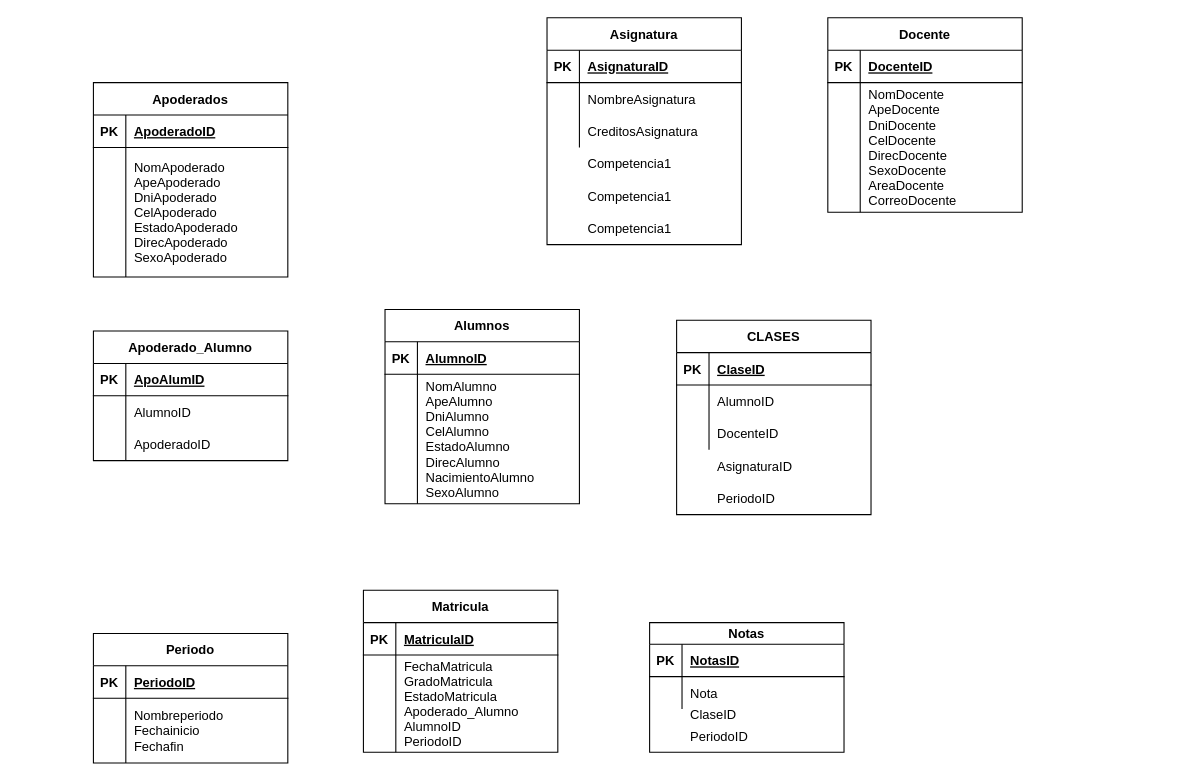
LiannMelanny/DATABASE-DIAGRAM keeps this draw.io diagram as ColegioDB.drawio. Above is the earlier version. Source tidied: cells renumbered, new cells numbered last; positions are measured from the earlier drawing's top-left corner, leaving out a move shared by most shapes. Both pictures are drawn from the tidied source at 108%, with x=0, y=0 at pixel (93, 17).
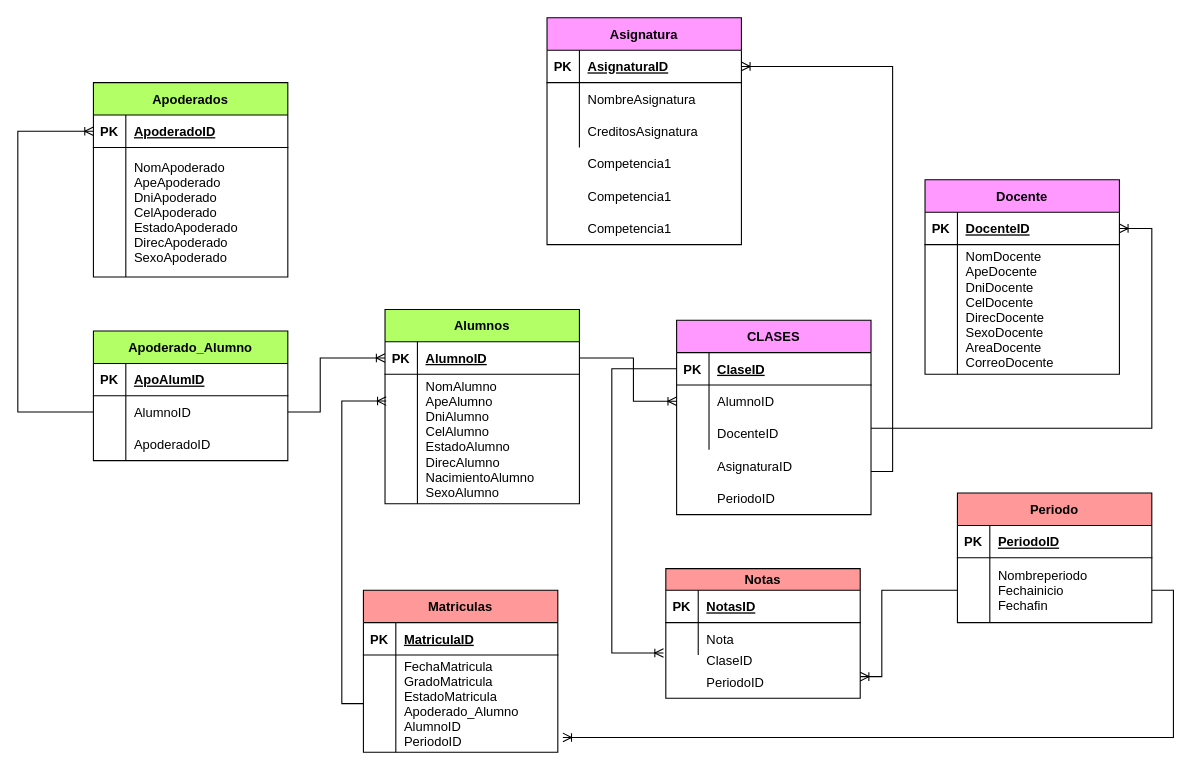
The same page after the edit.

The change refers to these unchanged cells:
```xml
<mxCell id="3" style="shape=tableRow;horizontal=0;startSize=0;swimlaneHead=0;swimlaneBody=0;fillColor=none;points=[[0,0.5],[1,0.5]];portConstraint=eastwest;top=0;left=0;right=0;bottom=1;" parent="2" vertex="1">
  <mxGeometry y="30" width="180" height="30" as="geometry" />
</mxCell>
<mxCell id="6" style="shape=tableRow;horizontal=0;startSize=0;swimlaneHead=0;swimlaneBody=0;fillColor=none;points=[[0,0.5],[1,0.5]];portConstraint=eastwest;top=0;left=0;right=0;bottom=0;" parent="2" vertex="1">
  <mxGeometry y="60" width="180" height="120" as="geometry" />
</mxCell>
<mxCell id="10" style="shape=tableRow;horizontal=0;startSize=0;swimlaneHead=0;swimlaneBody=0;fillColor=none;points=[[0,0.5],[1,0.5]];portConstraint=eastwest;top=0;left=0;right=0;bottom=1;" parent="9" vertex="1">
  <mxGeometry y="30" width="180" height="30" as="geometry" />
</mxCell>
<mxCell id="17" style="shape=tableRow;horizontal=0;startSize=0;swimlaneHead=0;swimlaneBody=0;fillColor=none;points=[[0,0.5],[1,0.5]];portConstraint=eastwest;top=0;left=0;right=0;bottom=1;" parent="16" vertex="1">
  <mxGeometry y="30" width="180" height="30" as="geometry" />
</mxCell>
<mxCell id="24" style="shape=tableRow;horizontal=0;startSize=0;swimlaneHead=0;swimlaneBody=0;fillColor=none;points=[[0,0.5],[1,0.5]];portConstraint=eastwest;top=0;left=0;right=0;bottom=1;shadow=0;" parent="23" vertex="1">
  <mxGeometry y="30" width="180" height="30" as="geometry" />
</mxCell>
<mxCell id="37" style="shape=tableRow;horizontal=0;startSize=0;swimlaneHead=0;swimlaneBody=0;fillColor=none;points=[[0,0.5],[1,0.5]];portConstraint=eastwest;top=0;left=0;right=0;bottom=0;" parent="33" vertex="1">
  <mxGeometry y="60" width="180" height="90" as="geometry" />
</mxCell>
<mxCell id="41" style="shape=tableRow;horizontal=0;startSize=0;swimlaneHead=0;swimlaneBody=0;fillColor=none;points=[[0,0.5],[1,0.5]];portConstraint=eastwest;top=0;left=0;right=0;bottom=1;shadow=0;" parent="40" vertex="1">
  <mxGeometry y="30" width="180" height="30" as="geometry" />
</mxCell>
<mxCell id="44" style="shape=tableRow;horizontal=0;startSize=0;swimlaneHead=0;swimlaneBody=0;fillColor=none;points=[[0,0.5],[1,0.5]];portConstraint=eastwest;top=0;left=0;right=0;bottom=0;shadow=0;" parent="40" vertex="1">
  <mxGeometry y="60" width="180" height="30" as="geometry" />
</mxCell>
<mxCell id="54" style="shape=tableRow;horizontal=0;startSize=0;swimlaneHead=0;swimlaneBody=0;fillColor=none;points=[[0,0.5],[1,0.5]];portConstraint=eastwest;top=0;left=0;right=0;bottom=0;shadow=0;" parent="50" vertex="1">
  <mxGeometry y="60" width="180" height="30" as="geometry" />
</mxCell>
<mxCell id="64" style="shape=tableRow;horizontal=0;startSize=0;swimlaneHead=0;swimlaneBody=0;fillColor=none;points=[[0,0.5],[1,0.5]];portConstraint=eastwest;top=0;left=0;right=0;bottom=0;" parent="60" vertex="1">
  <mxGeometry y="60" width="180" height="60" as="geometry" />
</mxCell>
<mxCell id="72" style="shape=tableRow;horizontal=0;startSize=0;swimlaneHead=0;swimlaneBody=0;fillColor=none;points=[[0,0.5],[1,0.5]];portConstraint=eastwest;top=0;left=0;right=0;bottom=0;shadow=0;" parent="68" vertex="1">
  <mxGeometry y="50" width="180" height="30" as="geometry" />
</mxCell>
```

Change to the diagram source:
```diff
@@
-    <mxCell id="2" value="Alumnos" style="shape=table;startSize=30;childLayout=tableLayout;rowLines=0;fontStyle=1;align=center;" parent="1" vertex="1">
+    <mxCell id="2" value="Alumnos" style="shape=table;startSize=30;childLayout=tableLayout;rowLines=0;fontStyle=1;align=center;fillColor=#B3FF66;" parent="1" vertex="1">
       <mxGeometry x="270" y="270" width="180" height="180" as="geometry" />
     </mxCell>
@@
-    <mxCell id="9" value="Apoderados" style="shape=table;startSize=30;childLayout=tableLayout;rowLines=0;fontStyle=1;align=center;" parent="1" vertex="1">
+    <mxCell id="9" value="Apoderados" style="shape=table;startSize=30;childLayout=tableLayout;rowLines=0;fontStyle=1;align=center;fillColor=#B3FF66;" parent="1" vertex="1">
       <mxGeometry y="60" width="180" height="180" as="geometry" />
     </mxCell>
@@
-    <mxCell id="16" value="Docente" style="shape=table;startSize=30;childLayout=tableLayout;rowLines=0;fontStyle=1;align=center;" parent="1" vertex="1">
-      <mxGeometry x="680" width="180" height="180" as="geometry" />
+    <mxCell id="16" value="Docente" style="shape=table;startSize=30;childLayout=tableLayout;rowLines=0;fontStyle=1;align=center;fillColor=#FF99FF;" parent="1" vertex="1">
+      <mxGeometry x="770" y="150" width="180" height="180" as="geometry" />
     </mxCell>
@@
-    <mxCell id="23" value="Asignatura" style="shape=table;startSize=30;childLayout=tableLayout;rowLines=0;fontStyle=1;align=center;shadow=0;" parent="1" vertex="1">
+    <mxCell id="23" value="Asignatura" style="shape=table;startSize=30;childLayout=tableLayout;rowLines=0;fontStyle=1;align=center;shadow=0;fillColor=#FF99FF;" parent="1" vertex="1">
       <mxGeometry x="420" width="180" height="210" as="geometry" />
     </mxCell>
@@
-    <mxCell id="33" value="Matricula" style="shape=table;startSize=30;childLayout=tableLayout;rowLines=0;fontStyle=1;align=center;" parent="1" vertex="1">
+    <mxCell id="33" value="Matriculas" style="shape=table;startSize=30;childLayout=tableLayout;rowLines=0;fontStyle=1;align=center;fillColor=#FF9999;" parent="1" vertex="1">
       <mxGeometry x="250" y="530" width="180" height="150" as="geometry" />
     </mxCell>
@@
-    <mxCell id="40" value="CLASES" style="shape=table;startSize=30;childLayout=tableLayout;rowLines=0;fontStyle=1;align=center;shadow=0;" parent="1" vertex="1">
+    <mxCell id="40" value="CLASES" style="shape=table;startSize=30;childLayout=tableLayout;rowLines=0;fontStyle=1;align=center;shadow=0;fillColor=#FF99FF;" parent="1" vertex="1">
       <mxGeometry x="540" y="280" width="180" height="180" as="geometry" />
     </mxCell>
@@
-    <mxCell id="50" value="Apoderado_Alumno" style="shape=table;startSize=30;childLayout=tableLayout;rowLines=0;fontStyle=1;align=center;shadow=0;" parent="1" vertex="1">
+    <mxCell id="50" value="Apoderado_Alumno" style="shape=table;startSize=30;childLayout=tableLayout;rowLines=0;fontStyle=1;align=center;shadow=0;fillColor=#B3FF66;" parent="1" vertex="1">
       <mxGeometry y="290" width="180" height="120" as="geometry" />
     </mxCell>
@@
-    <mxCell id="60" value="Periodo" style="shape=table;startSize=30;childLayout=tableLayout;rowLines=0;fontStyle=1;align=center;" parent="1" vertex="1">
-      <mxGeometry y="570" width="180" height="120" as="geometry" />
+    <mxCell id="60" value="Periodo" style="shape=table;startSize=30;childLayout=tableLayout;rowLines=0;fontStyle=1;align=center;fillColor=#FF9999;" parent="1" vertex="1">
+      <mxGeometry x="800" y="440" width="180" height="120" as="geometry" />
     </mxCell>
@@
-    <mxCell id="68" value="Notas" style="shape=table;startSize=20;childLayout=tableLayout;rowLines=0;fontStyle=1;align=center;shadow=0;" parent="1" vertex="1">
-      <mxGeometry x="515" y="560" width="180" height="120" as="geometry" />
+    <mxCell id="68" value="Notas" style="shape=table;startSize=20;childLayout=tableLayout;rowLines=0;fontStyle=1;align=center;shadow=0;fillColor=#FF9999;" parent="1" vertex="1">
+      <mxGeometry x="530" y="510" width="180" height="120" as="geometry" />
     </mxCell>
@@
     <mxCell id="75" value="PeriodoID" style="shape=partialRectangle;fillColor=none;top=0;left=0;bottom=0;right=0;align=left;spacingLeft=6;overflow=hidden;shadow=0;" parent="1" vertex="1">
-      <mxGeometry x="545" y="650" width="150" height="30" as="geometry" />
+      <mxGeometry x="560" y="600" width="150" height="30" as="geometry" />
     </mxCell>
     <mxCell id="76" value="ClaseID" style="shape=partialRectangle;fillColor=none;top=0;left=0;bottom=0;right=0;align=left;spacingLeft=6;overflow=hidden;shadow=0;" parent="1" vertex="1">
-      <mxGeometry x="545" y="630" width="150" height="30" as="geometry" />
+      <mxGeometry x="560" y="580" width="150" height="30" as="geometry" />
     </mxCell>
@@
+    <mxCell id="82" style="edgeStyle=elbowEdgeStyle;fontSize=12;html=1;endArrow=ERoneToMany;rounded=0;entryX=0;entryY=0.5;entryDx=0;entryDy=0;exitX=0;exitY=0.5;exitDx=0;exitDy=0;" parent="1" edge="1" source="54" target="10">
+      <mxGeometry relative="1" as="geometry">
+        <Array as="points">
+          <mxPoint x="-70" y="240" />
+        </Array>
+      </mxGeometry>
+    </mxCell>
+    <mxCell id="83" style="edgeStyle=elbowEdgeStyle;fontSize=12;html=1;endArrow=ERoneToMany;rounded=0;entryX=0;entryY=0.5;entryDx=0;entryDy=0;exitX=1;exitY=0.5;exitDx=0;exitDy=0;" parent="1" edge="1" source="54" target="3">
+      <mxGeometry relative="1" as="geometry">
+        <Array as="points">
+          <mxPoint x="210" y="340" />
+        </Array>
+      </mxGeometry>
+    </mxCell>
+    <mxCell id="84" style="edgeStyle=elbowEdgeStyle;fontSize=12;html=1;endArrow=ERoneToMany;rounded=0;entryX=1;entryY=0.5;entryDx=0;entryDy=0;" parent="1" edge="1" target="17">
+      <mxGeometry relative="1" as="geometry">
+        <mxPoint x="720" y="380" as="sourcePoint" />
+        <Array as="points">
+          <mxPoint x="980" y="290" />
+        </Array>
+      </mxGeometry>
+    </mxCell>
+    <mxCell id="85" style="edgeStyle=elbowEdgeStyle;fontSize=12;html=1;endArrow=ERoneToMany;rounded=0;entryX=1;entryY=0.5;entryDx=0;entryDy=0;" parent="1" edge="1" target="24">
+      <mxGeometry relative="1" as="geometry">
+        <mxPoint x="720" y="420" as="sourcePoint" />
+        <Array as="points">
+          <mxPoint x="740" y="280" />
+          <mxPoint x="650" y="230" />
+        </Array>
+      </mxGeometry>
+    </mxCell>
+    <mxCell id="86" style="edgeStyle=elbowEdgeStyle;fontSize=12;html=1;endArrow=ERoneToMany;rounded=0;entryX=0;entryY=0.5;entryDx=0;entryDy=0;exitX=1;exitY=0.5;exitDx=0;exitDy=0;" parent="1" edge="1" source="3" target="44">
+      <mxGeometry relative="1" as="geometry">
+        <Array as="points">
+          <mxPoint x="500" y="300" />
+        </Array>
+      </mxGeometry>
+    </mxCell>
+    <mxCell id="87" style="edgeStyle=elbowEdgeStyle;fontSize=12;html=1;endArrow=ERoneToMany;rounded=0;entryX=0.006;entryY=0.207;entryDx=0;entryDy=0;exitX=0;exitY=0.5;exitDx=0;exitDy=0;entryPerimeter=0;" parent="1" edge="1" source="37" target="6">
+      <mxGeometry relative="1" as="geometry">
+        <Array as="points">
+          <mxPoint x="230" y="480" />
+        </Array>
+      </mxGeometry>
+    </mxCell>
+    <mxCell id="88" style="edgeStyle=elbowEdgeStyle;fontSize=12;html=1;endArrow=ERoneToMany;rounded=0;entryX=-0.012;entryY=0.937;entryDx=0;entryDy=0;entryPerimeter=0;" parent="1" edge="1" source="41" target="72">
+      <mxGeometry relative="1" as="geometry">
+        <Array as="points">
+          <mxPoint x="480" y="570" />
+        </Array>
+      </mxGeometry>
+    </mxCell>
+    <mxCell id="89" style="edgeStyle=elbowEdgeStyle;fontSize=12;html=1;endArrow=ERoneToMany;rounded=0;exitX=0;exitY=0.5;exitDx=0;exitDy=0;" parent="1" edge="1" source="64">
+      <mxGeometry relative="1" as="geometry">
+        <mxPoint x="710" y="610" as="targetPoint" />
+        <Array as="points">
+          <mxPoint x="730" y="745" />
+        </Array>
+      </mxGeometry>
+    </mxCell>
+    <mxCell id="90" style="edgeStyle=elbowEdgeStyle;fontSize=12;html=1;endArrow=ERoneToMany;rounded=0;entryX=1.026;entryY=0.848;entryDx=0;entryDy=0;entryPerimeter=0;" parent="1" edge="1" target="37">
+      <mxGeometry relative="1" as="geometry">
+        <mxPoint x="980" y="530" as="sourcePoint" />
+        <Array as="points">
+          <mxPoint x="1000" y="590" />
+          <mxPoint x="1000" y="590" />
+        </Array>
+      </mxGeometry>
+    </mxCell>
```
